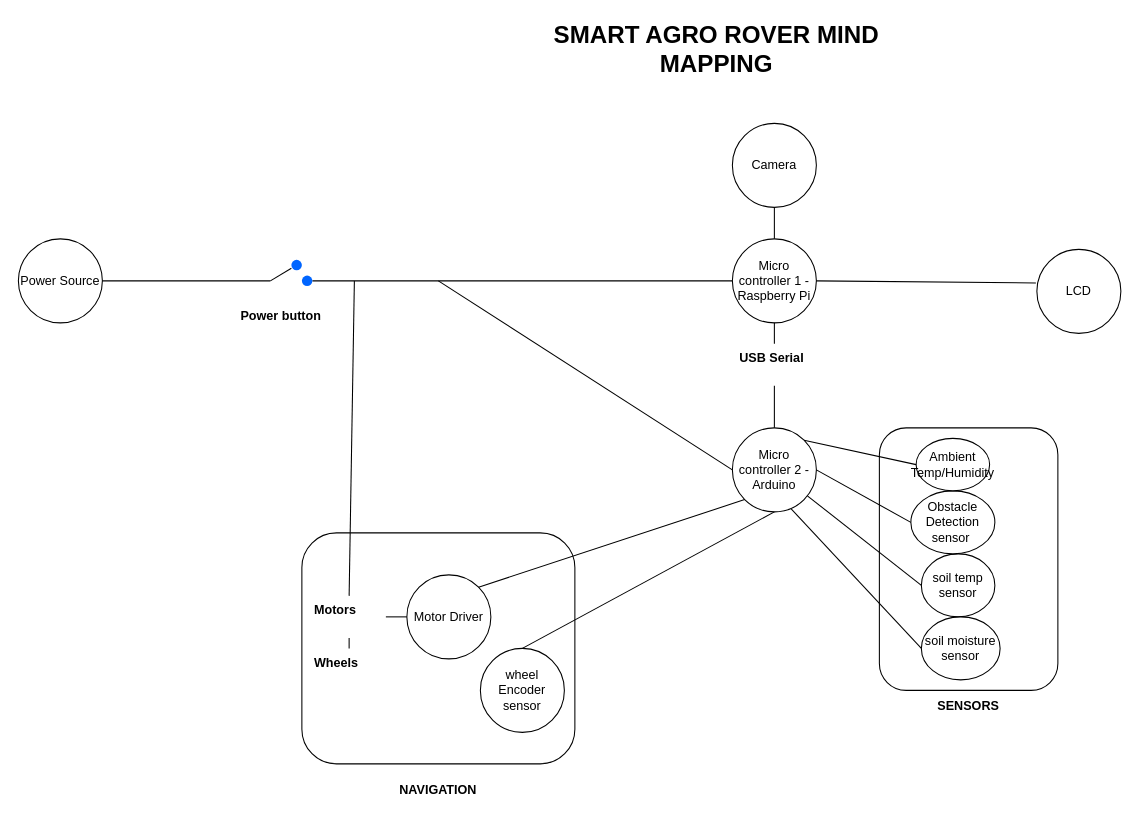
Above: ROVER Mind Mapping .drawio in Trixx4191/Agro-Rover (draw.io), before the change. Source tidied: cells renumbered, new cells numbered last; positions are measured from the earlier drawing's top-left corner, leaving out a move shared by most shapes. Both pictures are drawn from the tidied source at 105%, with x=0, y=0 at pixel (18, 18).
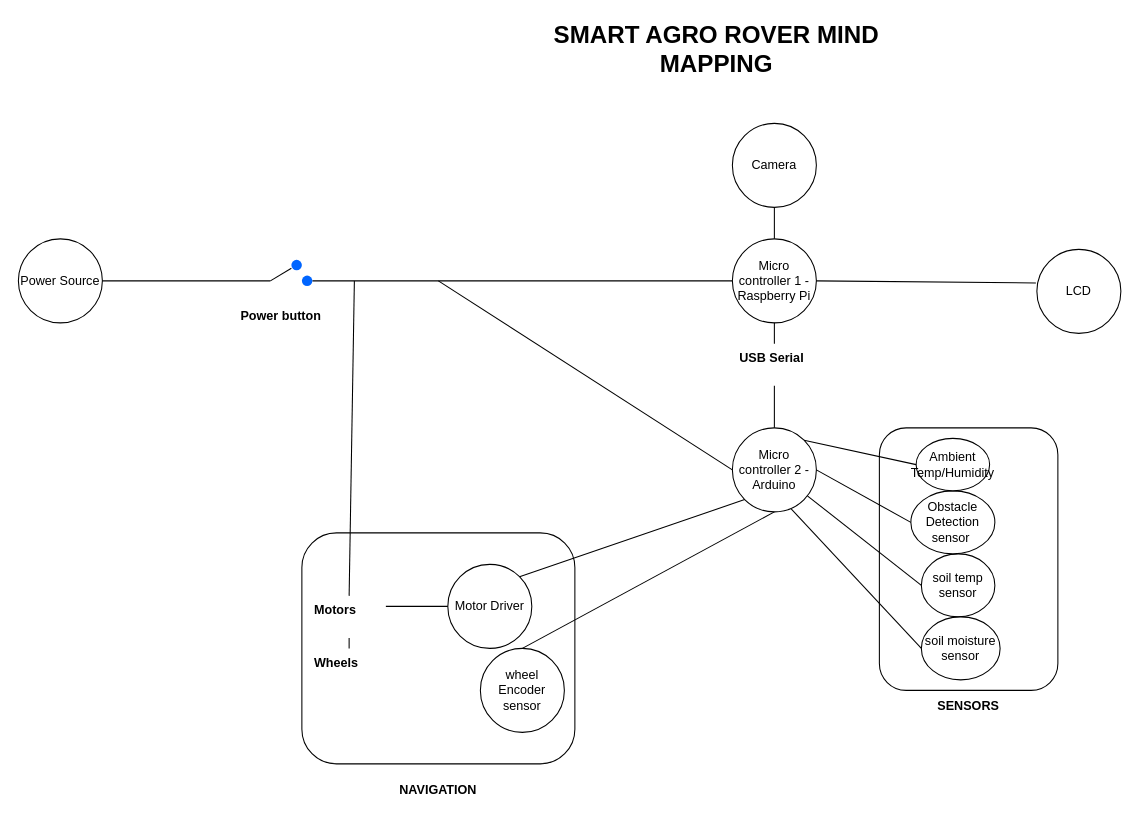
Above is the later version.

Unchanged cells that the change refers to:
```xml
<mxCell id="16" value="Motors" style="text;whiteSpace=wrap;fontStyle=1;" parent="1" vertex="1">
  <mxGeometry x="280" y="550" width="70" height="40" as="geometry" />
</mxCell>
```

Diff of the diagram source:
```diff
@@
     <mxCell id="13" value="Motor Driver" style="ellipse;whiteSpace=wrap;html=1;" parent="1" vertex="1">
-      <mxGeometry x="370" y="530" width="80" height="80" as="geometry" />
+      <mxGeometry x="409" y="520" width="80" height="80" as="geometry" />
     </mxCell>
@@
-    <mxCell id="40" style="endArrow=none;html=1;rounded=0;entryX=1;entryY=0.5;entryDx=0;entryDy=0;exitX=0;exitY=0.5;exitDx=0;exitDy=0;" parent="1" edge="1" source="13" target="16">
+    <mxCell id="40" style="endArrow=none;html=1;rounded=0;entryX=1;entryY=0.25;entryDx=0;entryDy=0;exitX=0;exitY=0.5;exitDx=0;exitDy=0;" parent="1" edge="1" source="13" target="16">
       <mxGeometry relative="1" as="geometry" />
     </mxCell>
```
